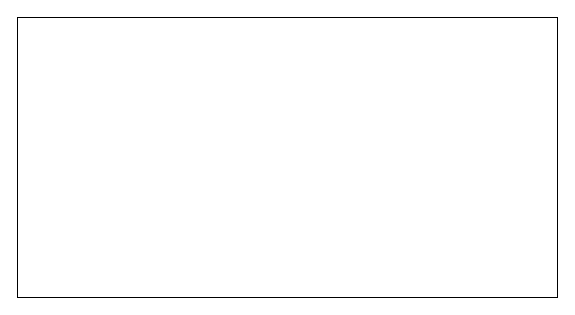
This is 推荐学习笔记.drawio from limpid-11/drawio, a draw.io file, before an edit. Source tidied: cells renumbered, new cells numbered last; positions are measured from the earlier drawing's top-left corner, leaving out a move shared by most shapes. Both pictures are drawn from the tidied source at 100%, with x=0, y=0 at pixel (17, 17).
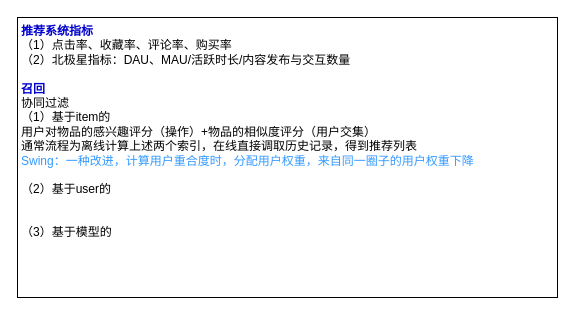
Above is the later version.

Commit message (it also covers changes not shown here):
更新推荐学习笔记.drawio

Change to the diagram source:
```diff
@@
 <mxGraphModel>
   <root>
     <mxCell id="0" />
     <mxCell id="1" parent="0" />
-    <mxCell id="2" style="rounded=0;whiteSpace=wrap;html=1;align=left;verticalAlign=top;spacingLeft=2;" parent="1" vertex="1">
+    <mxCell id="2" value="&lt;font color=&quot;#0000cc&quot;&gt;&lt;b&gt;推荐系统指标&lt;/b&gt;&lt;/font&gt;&lt;div&gt;（1）点击率、收藏率、评论率、购买率&lt;/div&gt;&lt;div&gt;（2）北极星指标：DAU、MAU/活跃时长/内容发布与交互数量&lt;/div&gt;&lt;div&gt;&lt;br&gt;&lt;/div&gt;&lt;div&gt;&lt;font color=&quot;#0000cc&quot;&gt;&lt;b&gt;召回&lt;/b&gt;&lt;/font&gt;&lt;/div&gt;&lt;div&gt;协同过滤&lt;/div&gt;&lt;div&gt;（1）基于item的&lt;/div&gt;&lt;div&gt;用户对物品的感兴趣评分（操作）+物品的相似度评分（用户交集）&lt;/div&gt;&lt;div&gt;通常流程为离线计算上述两个索引，在线直接调取历史记录，得到推荐列表&lt;/div&gt;&lt;div&gt;&lt;font color=&quot;#3399ff&quot;&gt;Swing：一种改进，计算用户重合度时，分配用户权重，来自同一圈子的用户权重下降&lt;/font&gt;&lt;/div&gt;&lt;div&gt;&lt;br&gt;&lt;/div&gt;&lt;div&gt;（2）基于user的&lt;/div&gt;&lt;div&gt;&lt;br&gt;&lt;/div&gt;&lt;div&gt;&lt;br&gt;&lt;/div&gt;&lt;div&gt;（3）基于模型的&lt;/div&gt;" style="rounded=0;whiteSpace=wrap;html=1;align=left;verticalAlign=top;spacingLeft=2;" parent="1" vertex="1">
       <mxGeometry width="540" height="280" as="geometry" />
     </mxCell>
   </root>
 </mxGraphModel>
```
